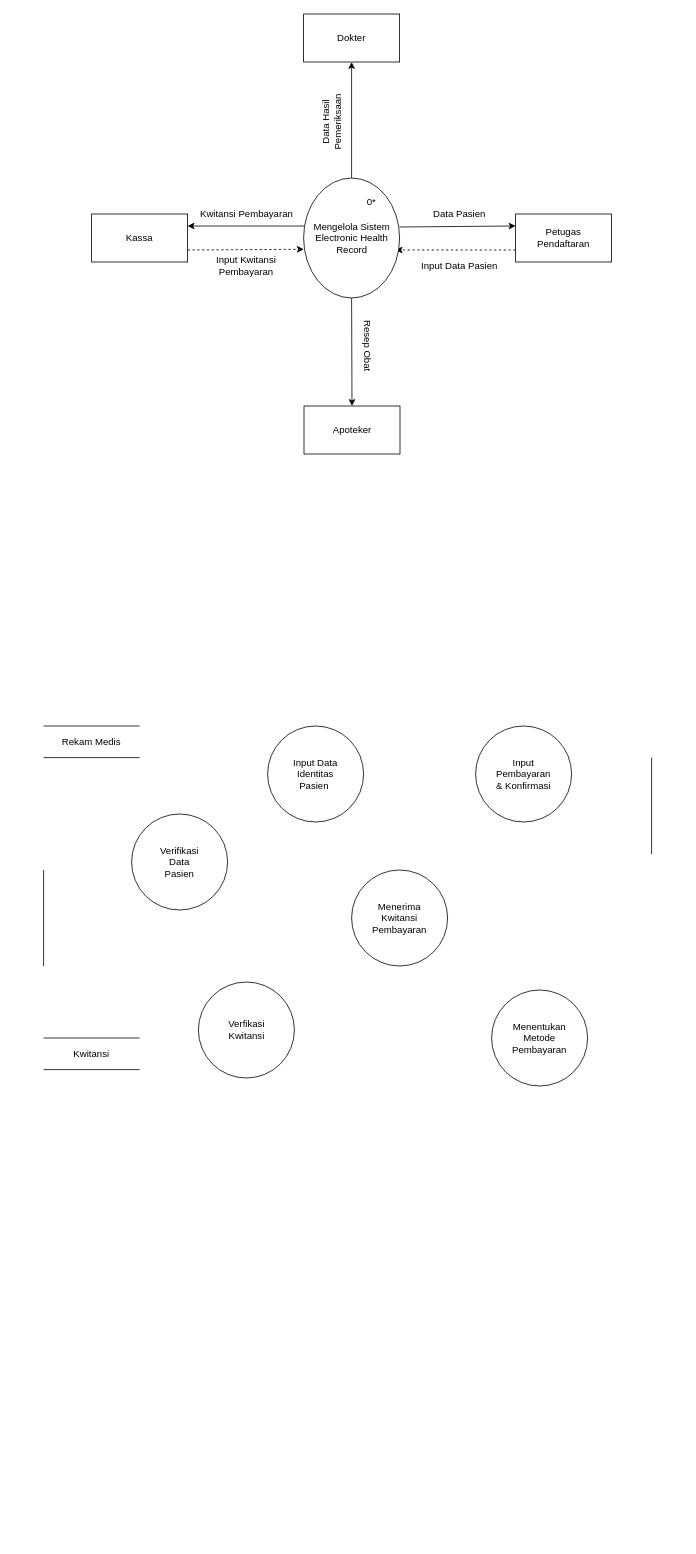
Earlier version of the draw.io diagram DFD LVL 0.drawio (Arfnvaaa/Arfnvaaa). Source tidied: cells renumbered, new cells numbered last; positions are measured from the earlier drawing's top-left corner, leaving out a move shared by most shapes. Both pictures are drawn from the tidied source at 80%, with x=0, y=0 at pixel (43, 14).
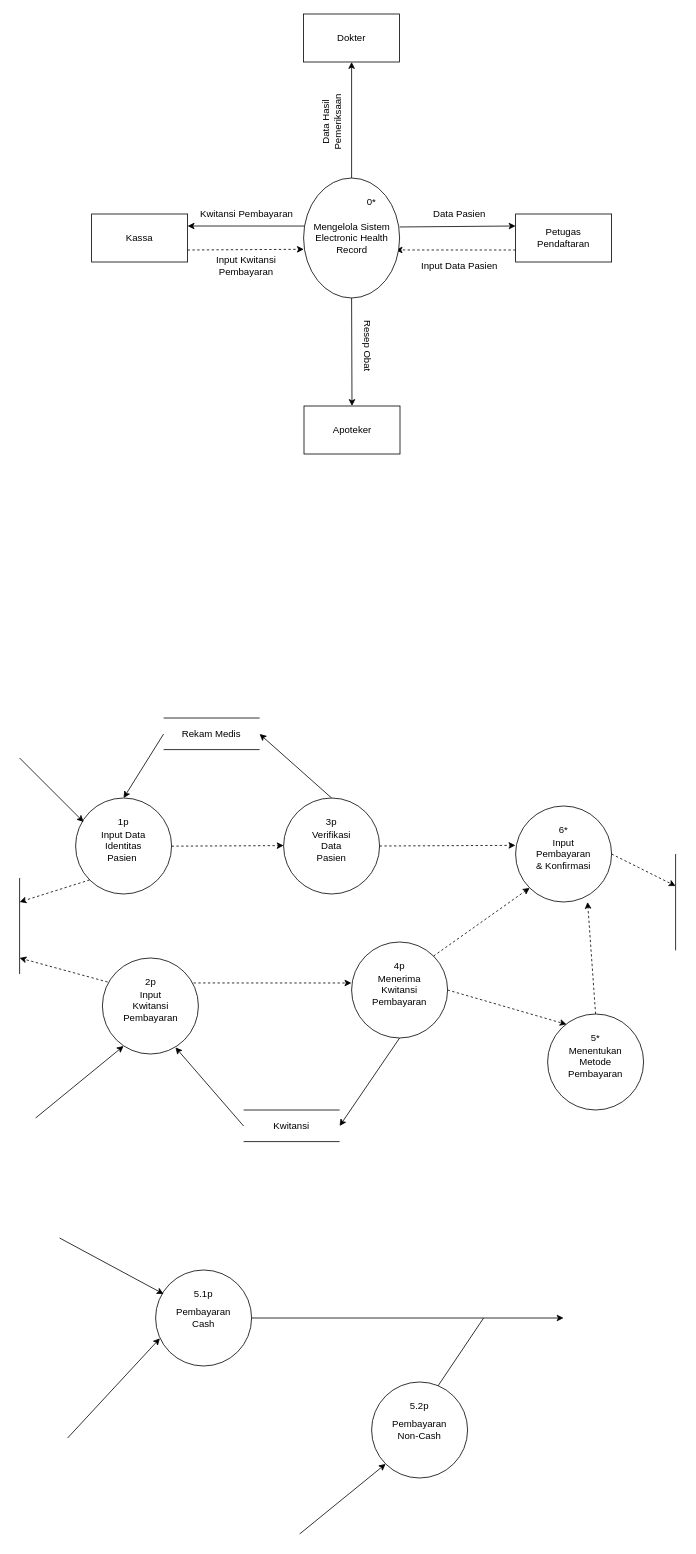
The same page after the edit.

The change refers to these unchanged cells:
```xml
<mxCell id="25" style="ellipse;whiteSpace=wrap;html=1;" parent="24" vertex="1">
  <mxGeometry width="120" height="120" as="geometry" />
</mxCell>
<mxCell id="28" style="ellipse;whiteSpace=wrap;html=1;" parent="27" vertex="1">
  <mxGeometry width="120" height="120" as="geometry" />
</mxCell>
<mxCell id="45" style="ellipse;whiteSpace=wrap;html=1;" parent="44" vertex="1">
  <mxGeometry width="120" height="120" as="geometry" />
</mxCell>
<mxCell id="48" style="ellipse;whiteSpace=wrap;html=1;" parent="47" vertex="1">
  <mxGeometry width="120" height="120" as="geometry" />
</mxCell>
<mxCell id="51" style="ellipse;whiteSpace=wrap;html=1;" parent="50" vertex="1">
  <mxGeometry width="120" height="120" as="geometry" />
</mxCell>
<mxCell id="54" style="ellipse;whiteSpace=wrap;html=1;" parent="53" vertex="1">
  <mxGeometry width="120" height="120" as="geometry" />
</mxCell>
```

The edit, as a diff of the source:
```diff
@@
     <mxCell id="24" style="group;" parent="1" vertex="1">
-      <mxGeometry x="193.5" y="1210" width="120" height="120" as="geometry" />
+      <mxGeometry x="73.5" y="1180" width="120" height="120" as="geometry" />
     </mxCell>
@@
-    <mxCell id="26" value="Verfikasi Kwitansi" style="text;html=1;whiteSpace=wrap;strokeColor=none;fillColor=none;align=center;verticalAlign=middle;rounded=0;" parent="24" vertex="1">
+    <mxCell id="26" value="Input Kwitansi Pembayaran" style="text;html=1;whiteSpace=wrap;strokeColor=none;fillColor=none;align=center;verticalAlign=middle;rounded=0;" parent="24" vertex="1">
       <mxGeometry x="30" y="45" width="60" height="30" as="geometry" />
     </mxCell>
+    <mxCell id="58" value="2p" style="text;html=1;whiteSpace=wrap;strokeColor=none;fillColor=none;align=center;verticalAlign=middle;rounded=0;" parent="24" vertex="1">
+      <mxGeometry x="30" y="15" width="60" height="30" as="geometry" />
+    </mxCell>
     <mxCell id="27" style="group;" parent="1" vertex="1">
-      <mxGeometry x="110" y="1000" width="120" height="120" as="geometry" />
+      <mxGeometry x="300" y="980" width="120" height="120" as="geometry" />
     </mxCell>
@@
+    <mxCell id="59" value="3p" style="text;html=1;whiteSpace=wrap;strokeColor=none;fillColor=none;align=center;verticalAlign=middle;rounded=0;" parent="27" vertex="1">
+      <mxGeometry x="30" y="15" width="60" height="30" as="geometry" />
+    </mxCell>
@@
     <mxCell id="36" style="group;" parent="1" vertex="1">
-      <mxGeometry y="890" width="120" height="39.5" as="geometry" />
+      <mxGeometry x="150" y="880" width="120" height="39.5" as="geometry" />
     </mxCell>
@@
     <mxCell id="40" style="group;" parent="1" vertex="1">
-      <mxGeometry y="1280" width="120" height="39.5" as="geometry" />
+      <mxGeometry x="250" y="1370" width="120" height="39.5" as="geometry" />
     </mxCell>
@@
     <mxCell id="44" style="group;" parent="1" vertex="1">
-      <mxGeometry x="385" y="1070" width="120" height="120" as="geometry" />
+      <mxGeometry x="385" y="1160" width="120" height="120" as="geometry" />
     </mxCell>
@@
+    <mxCell id="60" value="4p" style="text;html=1;whiteSpace=wrap;strokeColor=none;fillColor=none;align=center;verticalAlign=middle;rounded=0;" parent="44" vertex="1">
+      <mxGeometry x="30" y="15" width="60" height="30" as="geometry" />
+    </mxCell>
     <mxCell id="47" style="group;" parent="1" vertex="1">
-      <mxGeometry x="280" y="890" width="120" height="120" as="geometry" />
+      <mxGeometry x="40" y="980" width="120" height="120" as="geometry" />
     </mxCell>
@@
+    <mxCell id="61" value="1p" style="text;html=1;whiteSpace=wrap;strokeColor=none;fillColor=none;align=center;verticalAlign=middle;rounded=0;" parent="47" vertex="1">
+      <mxGeometry x="30" y="15" width="60" height="30" as="geometry" />
+    </mxCell>
     <mxCell id="50" style="group;" parent="1" vertex="1">
-      <mxGeometry x="560" y="1220" width="120" height="120" as="geometry" />
+      <mxGeometry x="630" y="1250" width="120" height="120" as="geometry" />
     </mxCell>
@@
+    <mxCell id="62" value="5*" style="text;html=1;whiteSpace=wrap;strokeColor=none;fillColor=none;align=center;verticalAlign=middle;rounded=0;" parent="50" vertex="1">
+      <mxGeometry x="30" y="15" width="60" height="30" as="geometry" />
+    </mxCell>
     <mxCell id="53" style="group;" parent="1" vertex="1">
-      <mxGeometry x="540" y="890" width="120" height="120" as="geometry" />
+      <mxGeometry x="590" y="990" width="120" height="120" as="geometry" />
     </mxCell>
@@
+    <mxCell id="63" value="6*" style="text;html=1;whiteSpace=wrap;strokeColor=none;fillColor=none;align=center;verticalAlign=middle;rounded=0;" parent="53" vertex="1">
+      <mxGeometry x="30" y="15" width="60" height="30" as="geometry" />
+    </mxCell>
     <mxCell id="56" style="endArrow=none;html=1;rounded=0;" parent="1" edge="1">
       <mxGeometry relative="1" as="geometry">
-        <mxPoint y="1190" as="sourcePoint" />
-        <mxPoint y="1070" as="targetPoint" />
+        <mxPoint x="-30" y="1200" as="sourcePoint" />
+        <mxPoint x="-30" y="1080" as="targetPoint" />
       </mxGeometry>
     </mxCell>
     <mxCell id="57" style="endArrow=none;html=1;rounded=0;" parent="1" edge="1">
       <mxGeometry relative="1" as="geometry">
-        <mxPoint x="760" y="929.5" as="sourcePoint" />
-        <mxPoint x="760" y="1050" as="targetPoint" />
+        <mxPoint x="790" y="1050" as="sourcePoint" />
+        <mxPoint x="790" y="1170.5" as="targetPoint" />
       </mxGeometry>
     </mxCell>
+    <mxCell id="64" style="endArrow=classic;html=1;rounded=0;" parent="1" edge="1">
+      <mxGeometry relative="1" as="geometry">
+        <mxPoint x="-30" y="930" as="sourcePoint" />
+        <mxPoint x="50" y="1010" as="targetPoint" />
+      </mxGeometry>
+    </mxCell>
+    <mxCell id="65" style="endArrow=classic;html=1;rounded=0;entryX=0.761;entryY=0.931;entryDx=0;entryDy=0;entryPerimeter=0;" parent="1" edge="1" target="25">
+      <mxGeometry relative="1" as="geometry">
+        <mxPoint x="250" y="1390" as="sourcePoint" />
+      </mxGeometry>
+    </mxCell>
+    <mxCell id="66" style="endArrow=classic;html=1;rounded=0;exitX=1;exitY=0.5;exitDx=0;exitDy=0;dashed=1;entryX=0.197;entryY=0.108;entryDx=0;entryDy=0;entryPerimeter=0;" parent="1" edge="1" source="45" target="51">
+      <mxGeometry relative="1" as="geometry" />
+    </mxCell>
+    <mxCell id="67" style="endArrow=classic;html=1;rounded=0;dashed=1;entryX=-0.002;entryY=0.41;entryDx=0;entryDy=0;entryPerimeter=0;exitX=1;exitY=0.5;exitDx=0;exitDy=0;" parent="1" edge="1" source="28" target="54">
+      <mxGeometry relative="1" as="geometry" />
+    </mxCell>
+    <mxCell id="68" style="endArrow=classic;html=1;rounded=0;dashed=1;entryX=0;entryY=1;entryDx=0;entryDy=0;exitX=1;exitY=0;exitDx=0;exitDy=0;" parent="1" edge="1" source="45" target="54">
+      <mxGeometry relative="1" as="geometry" />
+    </mxCell>
+    <mxCell id="69" style="endArrow=classic;html=1;rounded=0;dashed=1;exitX=1;exitY=0.5;exitDx=0;exitDy=0;" parent="1" edge="1" source="54">
+      <mxGeometry relative="1" as="geometry">
+        <mxPoint x="790" y="1090" as="targetPoint" />
+      </mxGeometry>
+    </mxCell>
+    <mxCell id="70" style="endArrow=classic;html=1;rounded=0;" parent="1" edge="1">
+      <mxGeometry relative="1" as="geometry">
+        <mxPoint x="150" y="900" as="sourcePoint" />
+        <mxPoint x="100" y="980" as="targetPoint" />
+      </mxGeometry>
+    </mxCell>
+    <mxCell id="71" style="endArrow=classic;html=1;rounded=0;dashed=1;entryX=-0.002;entryY=0.41;entryDx=0;entryDy=0;entryPerimeter=0;" parent="1" edge="1">
+      <mxGeometry relative="1" as="geometry">
+        <mxPoint x="160" y="1040.2" as="sourcePoint" />
+        <mxPoint x="300" y="1039.5" as="targetPoint" />
+      </mxGeometry>
+    </mxCell>
+    <mxCell id="72" style="endArrow=classic;html=1;rounded=0;" parent="1" edge="1">
+      <mxGeometry relative="1" as="geometry">
+        <mxPoint x="-10" y="1380" as="sourcePoint" />
+        <mxPoint x="100" y="1290" as="targetPoint" />
+      </mxGeometry>
+    </mxCell>
+    <mxCell id="73" style="endArrow=classic;html=1;rounded=0;" parent="1" edge="1">
+      <mxGeometry relative="1" as="geometry">
+        <mxPoint x="360" y="980" as="sourcePoint" />
+        <mxPoint x="270" y="900" as="targetPoint" />
+      </mxGeometry>
+    </mxCell>
+    <mxCell id="74" style="endArrow=classic;html=1;rounded=0;exitX=0.5;exitY=1;exitDx=0;exitDy=0;" parent="1" edge="1" source="45">
+      <mxGeometry relative="1" as="geometry">
+        <mxPoint x="370" y="1390" as="targetPoint" />
+      </mxGeometry>
+    </mxCell>
+    <mxCell id="75" style="endArrow=classic;html=1;rounded=0;exitX=0.949;exitY=0.26;exitDx=0;exitDy=0;dashed=1;entryX=-0.002;entryY=0.427;entryDx=0;entryDy=0;entryPerimeter=0;exitPerimeter=0;" parent="1" edge="1" source="25" target="45">
+      <mxGeometry relative="1" as="geometry" />
+    </mxCell>
+    <mxCell id="76" style="endArrow=classic;html=1;rounded=0;dashed=1;exitX=0;exitY=1;exitDx=0;exitDy=0;" parent="1" edge="1" source="48">
+      <mxGeometry relative="1" as="geometry">
+        <mxPoint x="-30" y="1110" as="targetPoint" />
+      </mxGeometry>
+    </mxCell>
+    <mxCell id="77" style="endArrow=classic;html=1;rounded=0;dashed=1;" parent="1" edge="1">
+      <mxGeometry relative="1" as="geometry">
+        <mxPoint x="80" y="1210" as="sourcePoint" />
+        <mxPoint x="-30" y="1180" as="targetPoint" />
+      </mxGeometry>
+    </mxCell>
+    <mxCell id="78" style="endArrow=classic;html=1;rounded=0;dashed=1;exitX=0.5;exitY=0;exitDx=0;exitDy=0;" parent="1" edge="1" source="51">
+      <mxGeometry relative="1" as="geometry">
+        <mxPoint x="680" y="1110" as="targetPoint" />
+      </mxGeometry>
+    </mxCell>
+    <mxCell id="79" style="group;" parent="1" vertex="1">
+      <mxGeometry x="140" y="1570" width="120" height="120" as="geometry" />
+    </mxCell>
+    <mxCell id="80" style="ellipse;whiteSpace=wrap;html=1;" parent="79" vertex="1">
+      <mxGeometry width="120" height="120" as="geometry" />
+    </mxCell>
+    <mxCell id="81" value="Pembayaran Cash" style="text;html=1;whiteSpace=wrap;strokeColor=none;fillColor=none;align=center;verticalAlign=middle;rounded=0;" parent="79" vertex="1">
+      <mxGeometry x="30" y="45" width="60" height="30" as="geometry" />
+    </mxCell>
+    <mxCell id="82" value="5.1p" style="text;html=1;whiteSpace=wrap;strokeColor=none;fillColor=none;align=center;verticalAlign=middle;rounded=0;" parent="79" vertex="1">
+      <mxGeometry x="30" y="15" width="60" height="30" as="geometry" />
+    </mxCell>
+    <mxCell id="83" style="group;" parent="1" vertex="1">
+      <mxGeometry x="410" y="1710" width="120" height="120" as="geometry" />
+    </mxCell>
+    <mxCell id="84" style="ellipse;whiteSpace=wrap;html=1;" parent="83" vertex="1">
+      <mxGeometry width="120" height="120" as="geometry" />
+    </mxCell>
+    <mxCell id="85" value="Pembayaran Non-Cash" style="text;html=1;whiteSpace=wrap;strokeColor=none;fillColor=none;align=center;verticalAlign=middle;rounded=0;" parent="83" vertex="1">
+      <mxGeometry x="30" y="45" width="60" height="30" as="geometry" />
+    </mxCell>
+    <mxCell id="86" value="5.2p" style="text;html=1;whiteSpace=wrap;strokeColor=none;fillColor=none;align=center;verticalAlign=middle;rounded=0;" parent="83" vertex="1">
+      <mxGeometry x="30" y="15" width="60" height="30" as="geometry" />
+    </mxCell>
+    <mxCell id="87" style="endArrow=classic;html=1;rounded=0;" parent="1" edge="1">
+      <mxGeometry relative="1" as="geometry">
+        <mxPoint x="20" y="1530" as="sourcePoint" />
+        <mxPoint x="150" y="1600" as="targetPoint" />
+      </mxGeometry>
+    </mxCell>
+    <mxCell id="88" style="endArrow=classic;html=1;rounded=0;entryX=0.045;entryY=0.712;entryDx=0;entryDy=0;entryPerimeter=0;" parent="1" edge="1" target="80">
+      <mxGeometry relative="1" as="geometry">
+        <mxPoint x="30" y="1780" as="sourcePoint" />
+      </mxGeometry>
+    </mxCell>
+    <mxCell id="89" style="endArrow=classic;html=1;rounded=0;exitX=1;exitY=0.5;exitDx=0;exitDy=0;" parent="1" edge="1" source="80">
+      <mxGeometry relative="1" as="geometry">
+        <mxPoint x="650" y="1630" as="targetPoint" />
+      </mxGeometry>
+    </mxCell>
+    <mxCell id="90" style="endArrow=classic;html=1;rounded=0;entryX=0;entryY=1;entryDx=0;entryDy=0;" parent="1" edge="1" target="84">
+      <mxGeometry relative="1" as="geometry">
+        <mxPoint x="320" y="1900" as="sourcePoint" />
+      </mxGeometry>
+    </mxCell>
+    <mxCell id="91" style="endArrow=none;html=1;rounded=0;exitX=0.693;exitY=0.039;exitDx=0;exitDy=0;exitPerimeter=0;" parent="1" edge="1" source="84">
+      <mxGeometry relative="1" as="geometry">
+        <mxPoint x="550" y="1630" as="targetPoint" />
+      </mxGeometry>
+    </mxCell>
```
